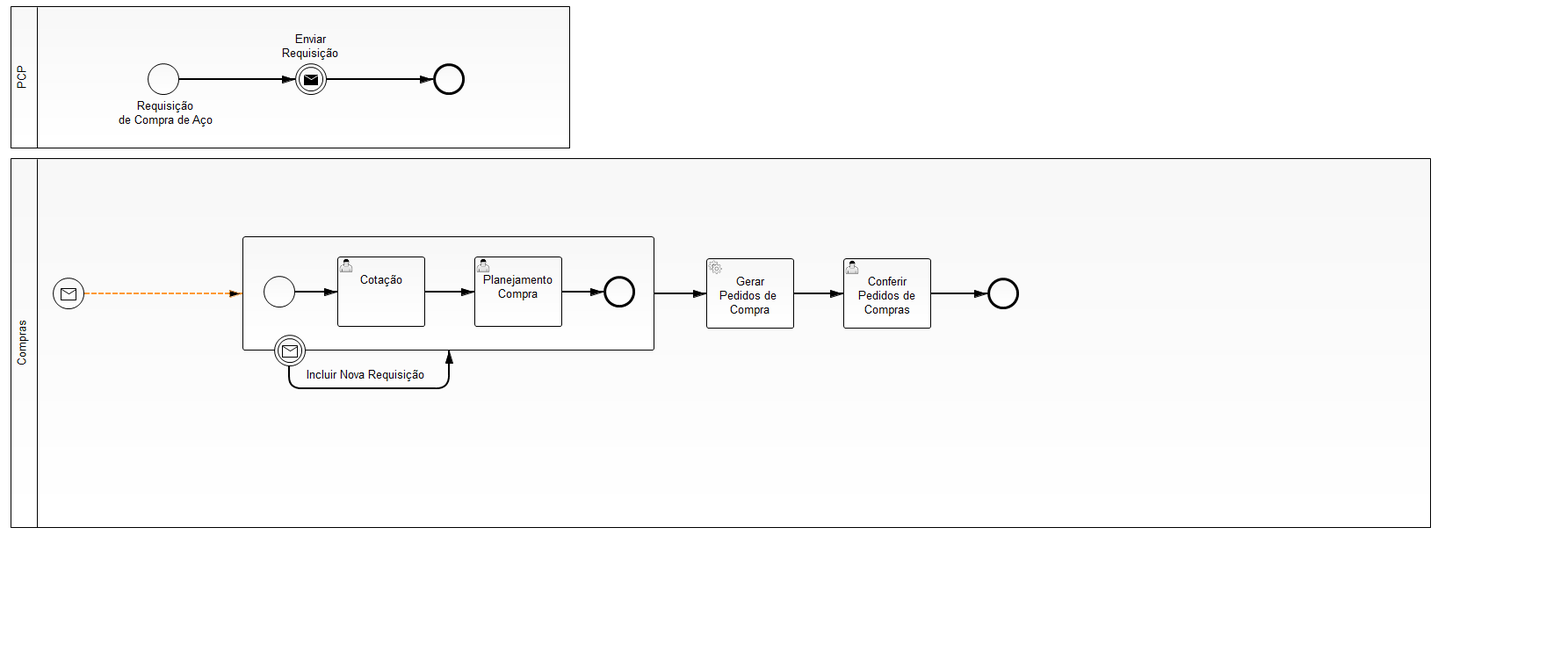
Before: bpm/purchase/request/steel/src/main/resources/process.png, a diagram exported from BPMN (altamira/altamira-data-backward). Its source is kept beside it as bpm/purchase/request/steel/src/main/resources/process.bpmn. Ids are renumbered.
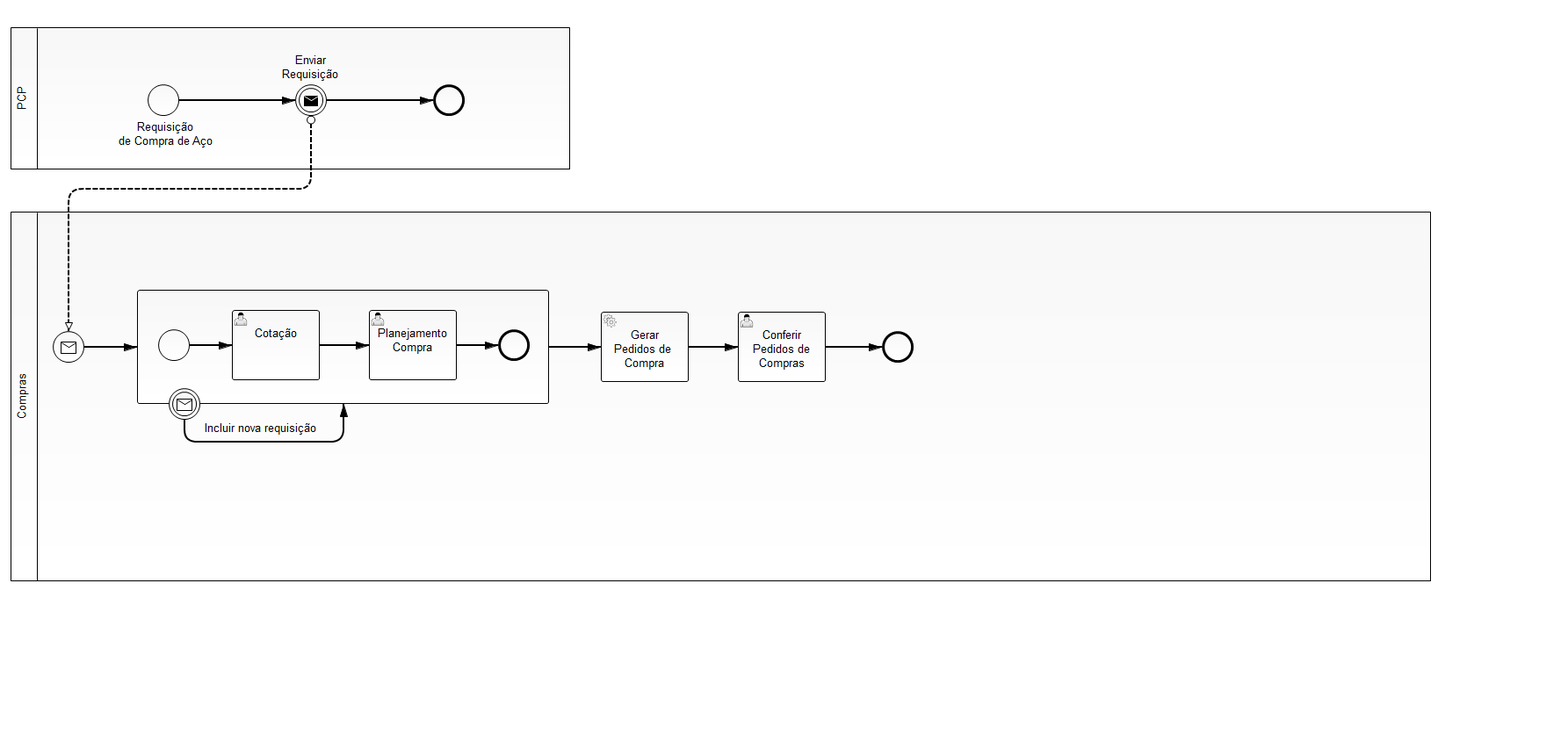
The same diagram one commit later.

Commit message:
minnor fix in purchase steel business process diagram

What changed in the source:
```diff
@@ -2,6 +2,7 @@
   <bpmn2:collaboration id="Collaboration" name="Default Collaboration">
     <bpmn2:participant id="MRP" name="PCP" processRef="br.com.altamira.bpm.purchase.request.steel"/>
     <bpmn2:participant id="Purchasing" name="Compras" processRef="br.com.altamira.bpm.purchase.request.order"/>
+    <bpmn2:messageFlow id="MessageFlow_1" name="" sourceRef="SendRequestIntermediateThrowEvent" targetRef="PurchaseStartEvent"/>
   </bpmn2:collaboration>
   <bpmn2:process id="br.com.altamira.bpm.purchase.request.steel" name="Requisição de Compra de Aço" isExecutable="true">
     <bpmn2:startEvent id="RequestStartEvent" name="Requisição&#xD;&#xA;de Compra de Aço">
@@ -72,7 +73,7 @@
       </bpmn2:endEvent>
     </bpmn2:subProcess>
     <bpmn2:sequenceFlow id="SequenceFlow_6" name="" sourceRef="SubProcess_1" targetRef="GeneratePurchaseOrdersServiceTask"/>
-    <bpmn2:boundaryEvent id="IncludeRequestBoundaryEvent" name="Incluir Nova Requisição" attachedToRef="SubProcess_1">
+    <bpmn2:boundaryEvent id="IncludeRequestBoundaryEvent" name="Incluir nova requisição" attachedToRef="SubProcess_1">
       <bpmn2:outgoing>SequenceFlow_7</bpmn2:outgoing>
       <bpmn2:messageEventDefinition id="_MessageEventDefinition_4" messageRef="Message_2"/>
     </bpmn2:boundaryEvent>
@@ -100,25 +101,25 @@
         </bpmndi:BPMNLabel>
       </bpmndi:BPMNShape>
       <bpmndi:BPMNShape id="_BPMNShape_Participant_2" bpmnElement="Purchasing" isHorizontal="true">
-        <dc:Bounds height="421.0" width="1617.0" x="12.0" y="180.0"/>
+        <dc:Bounds height="421.0" width="1617.0" x="12.0" y="217.0"/>
       </bpmndi:BPMNShape>
       <bpmndi:BPMNShape id="_BPMNShape_StartEvent_3" bpmnElement="PurchaseStartEvent">
-        <dc:Bounds height="36.0" width="36.0" x="60.0" y="316.0"/>
+        <dc:Bounds height="36.0" width="36.0" x="60.0" y="353.0"/>
         <bpmndi:BPMNLabel>
-          <dc:Bounds height="0.0" width="0.0" x="78.0" y="357.0"/>
+          <dc:Bounds height="0.0" width="0.0" x="78.0" y="394.0"/>
         </bpmndi:BPMNLabel>
       </bpmndi:BPMNShape>
       <bpmndi:BPMNShape id="_BPMNShape_UserTask_3" bpmnElement="QuotationUserTask">
-        <dc:Bounds height="80.0" width="100.0" x="384.0" y="292.0"/>
+        <dc:Bounds height="80.0" width="100.0" x="264.0" y="329.0"/>
       </bpmndi:BPMNShape>
       <bpmndi:BPMNShape id="_BPMNShape_UserTask_4" bpmnElement="PurchasePlanningUserTask">
-        <dc:Bounds height="80.0" width="100.0" x="540.0" y="292.0"/>
+        <dc:Bounds height="80.0" width="100.0" x="420.0" y="329.0"/>
       </bpmndi:BPMNShape>
       <bpmndi:BPMNEdge id="BPMNEdge_SequenceFlow_11" bpmnElement="SequenceFlow_11" sourceElement="_BPMNShape_UserTask_3" targetElement="_BPMNShape_UserTask_4">
-        <di:waypoint xsi:type="dc:Point" x="484.0" y="332.0"/>
-        <di:waypoint xsi:type="dc:Point" x="540.0" y="332.0"/>
+        <di:waypoint xsi:type="dc:Point" x="364.0" y="369.0"/>
+        <di:waypoint xsi:type="dc:Point" x="420.0" y="369.0"/>
         <bpmndi:BPMNLabel>
-          <dc:Bounds height="6.0" width="6.0" x="506.0" y="332.0"/>
+          <dc:Bounds height="6.0" width="6.0" x="386.0" y="369.0"/>
         </bpmndi:BPMNLabel>
       </bpmndi:BPMNEdge>
       <bpmndi:BPMNShape id="_BPMNShape_EndEvent_13" bpmnElement="RequestMessageEndEvent">
@@ -135,29 +136,29 @@
         </bpmndi:BPMNLabel>
       </bpmndi:BPMNEdge>
       <bpmndi:BPMNShape id="_BPMNShape_ServiceTask_3" bpmnElement="GeneratePurchaseOrdersServiceTask">
-        <dc:Bounds height="80.0" width="100.0" x="804.0" y="294.0"/>
+        <dc:Bounds height="80.0" width="100.0" x="684.0" y="331.0"/>
       </bpmndi:BPMNShape>
       <bpmndi:BPMNShape id="_BPMNShape_UserTask_5" bpmnElement="CheckOutPurchaseOrdersUserTask">
-        <dc:Bounds height="80.0" width="100.0" x="960.0" y="294.0"/>
+        <dc:Bounds height="80.0" width="100.0" x="840.0" y="331.0"/>
       </bpmndi:BPMNShape>
       <bpmndi:BPMNEdge id="BPMNEdge_SequenceFlow_22" bpmnElement="SequenceFlow_22" sourceElement="_BPMNShape_ServiceTask_3" targetElement="_BPMNShape_UserTask_5">
-        <di:waypoint xsi:type="dc:Point" x="904.0" y="334.0"/>
-        <di:waypoint xsi:type="dc:Point" x="960.0" y="334.0"/>
+        <di:waypoint xsi:type="dc:Point" x="784.0" y="371.0"/>
+        <di:waypoint xsi:type="dc:Point" x="840.0" y="371.0"/>
         <bpmndi:BPMNLabel>
-          <dc:Bounds height="6.0" width="6.0" x="926.0" y="334.0"/>
+          <dc:Bounds height="6.0" width="6.0" x="806.0" y="371.0"/>
         </bpmndi:BPMNLabel>
       </bpmndi:BPMNEdge>
       <bpmndi:BPMNShape id="_BPMNShape_EndEvent_14" bpmnElement="EndEvent_5">
-        <dc:Bounds height="36.0" width="36.0" x="1124.0" y="316.0"/>
+        <dc:Bounds height="36.0" width="36.0" x="1004.0" y="353.0"/>
         <bpmndi:BPMNLabel>
-          <dc:Bounds height="0.0" width="0.0" x="1142.0" y="357.0"/>
+          <dc:Bounds height="0.0" width="0.0" x="1022.0" y="394.0"/>
         </bpmndi:BPMNLabel>
       </bpmndi:BPMNShape>
       <bpmndi:BPMNEdge id="BPMNEdge_SequenceFlow_23" bpmnElement="SequenceFlow_23" sourceElement="_BPMNShape_UserTask_5" targetElement="_BPMNShape_EndEvent_14">
-        <di:waypoint xsi:type="dc:Point" x="1060.0" y="334.0"/>
-        <di:waypoint xsi:type="dc:Point" x="1124.0" y="334.0"/>
+        <di:waypoint xsi:type="dc:Point" x="940.0" y="371.0"/>
+        <di:waypoint xsi:type="dc:Point" x="1004.0" y="371.0"/>
         <bpmndi:BPMNLabel>
-          <dc:Bounds height="6.0" width="6.0" x="1082.0" y="334.0"/>
+          <dc:Bounds height="6.0" width="6.0" x="962.0" y="371.0"/>
         </bpmndi:BPMNLabel>
       </bpmndi:BPMNEdge>
       <bpmndi:BPMNEdge id="BPMNEdge_SequenceFlow_1" bpmnElement="SequenceFlow_1" sourceElement="BPMNShape_StartEvent_1" targetElement="_BPMNShape_IntermediateThrowEvent_3">
@@ -168,59 +169,71 @@
         </bpmndi:BPMNLabel>
       </bpmndi:BPMNEdge>
       <bpmndi:BPMNShape id="_BPMNShape_SubProcess_2" bpmnElement="SubProcess_1" isExpanded="true">
-        <dc:Bounds height="130.0" width="469.0" x="276.0" y="269.0"/>
+        <dc:Bounds height="130.0" width="469.0" x="156.0" y="306.0"/>
       </bpmndi:BPMNShape>
       <bpmndi:BPMNShape id="_BPMNShape_StartEvent_11" bpmnElement="StartEvent_1">
-        <dc:Bounds height="36.0" width="36.0" x="300.0" y="314.0"/>
+        <dc:Bounds height="36.0" width="36.0" x="180.0" y="351.0"/>
         <bpmndi:BPMNLabel>
-          <dc:Bounds height="0.0" width="0.0" x="318.0" y="355.0"/>
+          <dc:Bounds height="0.0" width="0.0" x="198.0" y="392.0"/>
         </bpmndi:BPMNLabel>
       </bpmndi:BPMNShape>
       <bpmndi:BPMNEdge id="BPMNEdge_SequenceFlow_3" bpmnElement="SequenceFlow_3" sourceElement="_BPMNShape_StartEvent_11" targetElement="_BPMNShape_UserTask_3">
-        <di:waypoint xsi:type="dc:Point" x="336.0" y="332.0"/>
-        <di:waypoint xsi:type="dc:Point" x="384.0" y="332.0"/>
+        <di:waypoint xsi:type="dc:Point" x="216.0" y="369.0"/>
+        <di:waypoint xsi:type="dc:Point" x="264.0" y="369.0"/>
         <bpmndi:BPMNLabel>
-          <dc:Bounds height="6.0" width="6.0" x="364.0" y="332.0"/>
+          <dc:Bounds height="6.0" width="6.0" x="244.0" y="369.0"/>
         </bpmndi:BPMNLabel>
       </bpmndi:BPMNEdge>
       <bpmndi:BPMNShape id="_BPMNShape_EndEvent_15" bpmnElement="EndEvent_1">
-        <dc:Bounds height="36.0" width="36.0" x="687.0" y="314.0"/>
+        <dc:Bounds height="36.0" width="36.0" x="567.0" y="351.0"/>
         <bpmndi:BPMNLabel>
-          <dc:Bounds height="0.0" width="0.0" x="705.0" y="355.0"/>
+          <dc:Bounds height="0.0" width="0.0" x="585.0" y="392.0"/>
         </bpmndi:BPMNLabel>
       </bpmndi:BPMNShape>
       <bpmndi:BPMNEdge id="BPMNEdge_SequenceFlow_4" bpmnElement="SequenceFlow_4" sourceElement="_BPMNShape_UserTask_4" targetElement="_BPMNShape_EndEvent_15">
-        <di:waypoint xsi:type="dc:Point" x="640.0" y="332.0"/>
-        <di:waypoint xsi:type="dc:Point" x="687.0" y="332.0"/>
+        <di:waypoint xsi:type="dc:Point" x="520.0" y="369.0"/>
+        <di:waypoint xsi:type="dc:Point" x="567.0" y="369.0"/>
         <bpmndi:BPMNLabel>
-          <dc:Bounds height="6.0" width="6.0" x="655.0" y="332.0"/>
+          <dc:Bounds height="6.0" width="6.0" x="535.0" y="369.0"/>
         </bpmndi:BPMNLabel>
       </bpmndi:BPMNEdge>
       <bpmndi:BPMNEdge id="BPMNEdge_SequenceFlow_6" bpmnElement="SequenceFlow_6" sourceElement="_BPMNShape_SubProcess_2" targetElement="_BPMNShape_ServiceTask_3">
-        <di:waypoint xsi:type="dc:Point" x="744.0" y="334.0"/>
-        <di:waypoint xsi:type="dc:Point" x="804.0" y="334.0"/>
+        <di:waypoint xsi:type="dc:Point" x="624.0" y="371.0"/>
+        <di:waypoint xsi:type="dc:Point" x="684.0" y="371.0"/>
         <bpmndi:BPMNLabel>
-          <dc:Bounds height="6.0" width="6.0" x="795.0" y="334.0"/>
+          <dc:Bounds height="6.0" width="6.0" x="675.0" y="371.0"/>
         </bpmndi:BPMNLabel>
       </bpmndi:BPMNEdge>
       <bpmndi:BPMNShape id="_BPMNShape_BoundaryEvent_11" bpmnElement="IncludeRequestBoundaryEvent">
-        <dc:Bounds height="36.0" width="36.0" x="312.0" y="381.0"/>
+        <dc:Bounds height="36.0" width="36.0" x="192.0" y="418.0"/>
         <bpmndi:BPMNLabel>
-          <dc:Bounds height="22.0" width="140.0" x="347.0" y="416.0"/>
+          <dc:Bounds height="22.0" width="133.0" x="231.0" y="453.0"/>
         </bpmndi:BPMNLabel>
       </bpmndi:BPMNShape>
       <bpmndi:BPMNEdge id="BPMNEdge_SequenceFlow_7" bpmnElement="SequenceFlow_7" sourceElement="_BPMNShape_BoundaryEvent_11" targetElement="_BPMNShape_SubProcess_2">
-        <di:waypoint xsi:type="dc:Point" x="330.0" y="417.0"/>
-        <di:waypoint xsi:type="dc:Point" x="329.0" y="442.0"/>
-        <di:waypoint xsi:type="dc:Point" x="511.0" y="442.0"/>
-        <di:waypoint xsi:type="dc:Point" x="511.0" y="399.0"/>
+        <di:waypoint xsi:type="dc:Point" x="210.0" y="454.0"/>
+        <di:waypoint xsi:type="dc:Point" x="210.0" y="479.0"/>
+        <di:waypoint xsi:type="dc:Point" x="391.0" y="479.0"/>
+        <di:waypoint xsi:type="dc:Point" x="391.0" y="436.0"/>
         <bpmndi:BPMNLabel>
-          <dc:Bounds height="6.0" width="6.0" x="327.0" y="426.0"/>
+          <dc:Bounds height="6.0" width="6.0" x="207.0" y="463.0"/>
         </bpmndi:BPMNLabel>
       </bpmndi:BPMNEdge>
       <bpmndi:BPMNEdge id="BPMNEdge_SequenceFlow_10" bpmnElement="SequenceFlow_10" sourceElement="_BPMNShape_StartEvent_3" targetElement="_BPMNShape_SubProcess_2">
-        <di:waypoint xsi:type="dc:Point" x="96.0" y="334.0"/>
-        <di:waypoint xsi:type="dc:Point" x="276.0" y="334.0"/>
+        <di:waypoint xsi:type="dc:Point" x="96.0" y="371.0"/>
+        <di:waypoint xsi:type="dc:Point" x="156.0" y="371.0"/>
+        <bpmndi:BPMNLabel>
+          <dc:Bounds height="6.0" width="6.0" x="123.0" y="371.0"/>
+        </bpmndi:BPMNLabel>
+      </bpmndi:BPMNEdge>
+      <bpmndi:BPMNEdge id="BPMNEdge_MessageFlow_1" bpmnElement="MessageFlow_1" sourceElement="_BPMNShape_IntermediateThrowEvent_3" targetElement="_BPMNShape_StartEvent_3">
+        <di:waypoint xsi:type="dc:Point" x="354.0" y="108.0"/>
+        <di:waypoint xsi:type="dc:Point" x="354.0" y="191.0"/>
+        <di:waypoint xsi:type="dc:Point" x="78.0" y="191.0"/>
+        <di:waypoint xsi:type="dc:Point" x="78.0" y="353.0"/>
+        <bpmndi:BPMNLabel>
+          <dc:Bounds height="6.0" width="6.0" x="192.0" y="191.0"/>
+        </bpmndi:BPMNLabel>
       </bpmndi:BPMNEdge>
     </bpmndi:BPMNPlane>
   </bpmndi:BPMNDiagram>
```
